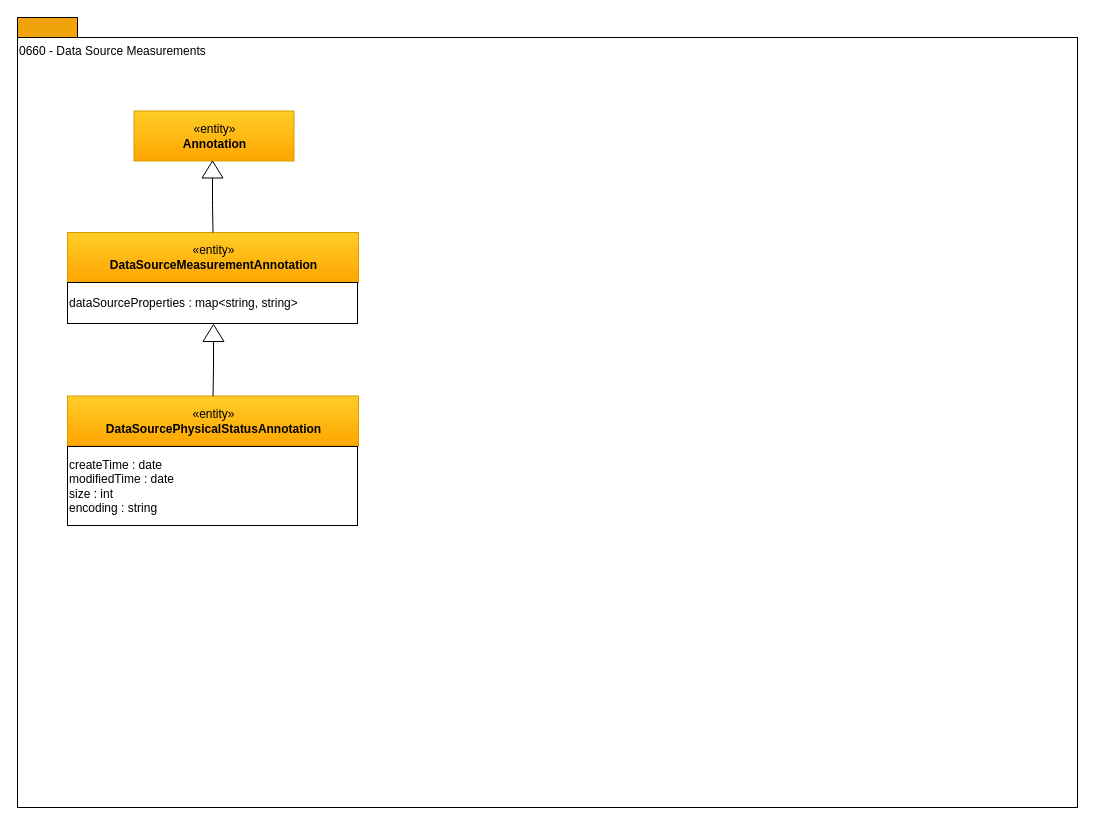
This is page "0660 - Data Source Measurements" (17 of 18) of open-metadata-publication/website/open-metadata-types/area-6-discovery.drawio from odpi/egeria, a draw.io file, before an edit. Source tidied: cells renumbered, new cells numbered last; positions are measured from the earlier drawing's top-left corner, leaving out a move shared by most shapes. Both pictures are drawn from the tidied source at 100%, with x=0, y=0 at pixel (17, 17).
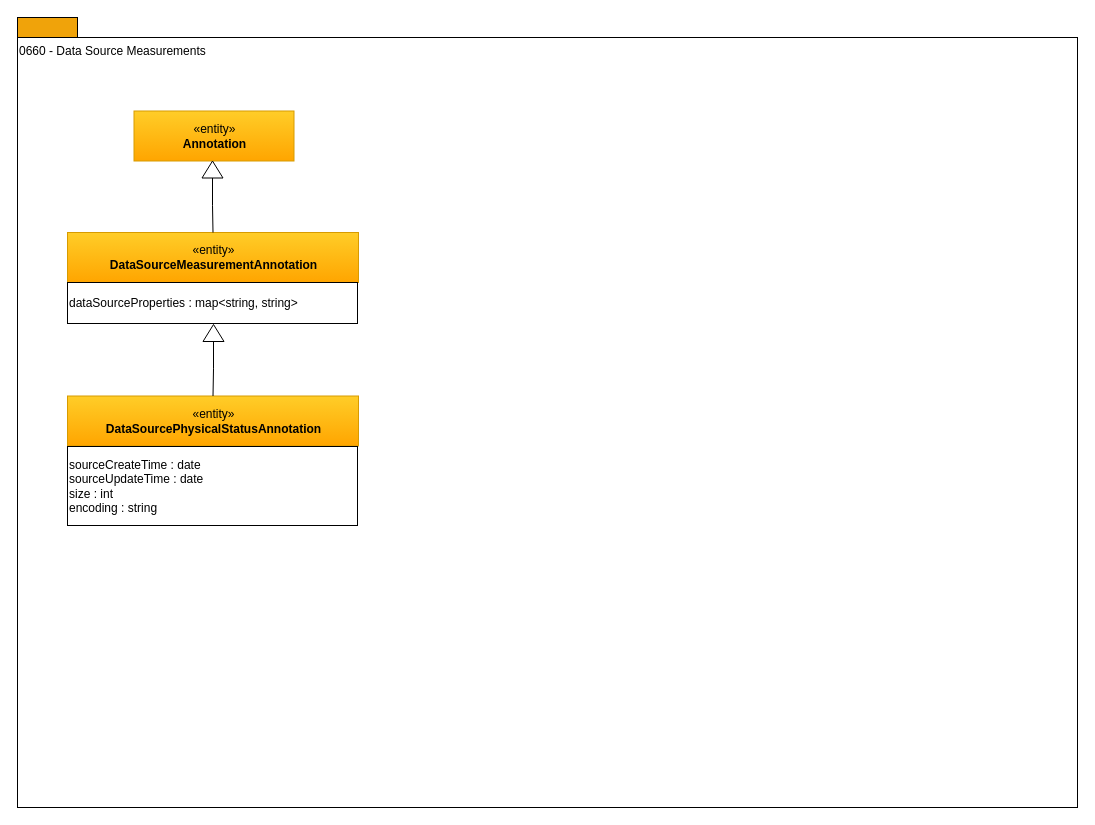
After the change.

Diff of the diagram source:
```diff
@@
 <mxGraphModel>
   <root>
     <mxCell id="0" />
     <mxCell id="1" parent="0" />
     <mxCell id="2" style="rounded=0;whiteSpace=wrap;html=1;align=left;fillColor=#f0a30a;strokeColor=#000000;fontColor=#ffffff;" parent="1" vertex="1">
       <mxGeometry width="60" height="20" as="geometry" />
     </mxCell>
     <mxCell id="3" value="0660 - Data Source Measurements" style="rounded=0;whiteSpace=wrap;html=1;align=left;verticalAlign=top;" parent="1" vertex="1">
       <mxGeometry y="20" width="1060" height="770" as="geometry" />
     </mxCell>
     <mxCell id="4" value="«entity»&lt;br&gt;&lt;b&gt;DataSourceMeasurementAnnotation&lt;/b&gt;" style="html=1;strokeColor=#d79b00;align=center;fillColor=#ffcd28;gradientColor=#ffa500;" parent="1" vertex="1">
       <mxGeometry x="50" y="215" width="291" height="50" as="geometry" />
     </mxCell>
     <mxCell id="5" value="dataSourceProperties : map&amp;lt;string, string&amp;gt;" style="rounded=0;whiteSpace=wrap;html=1;strokeColor=#000000;gradientColor=#ffffff;align=left;" parent="1" vertex="1">
       <mxGeometry x="50" y="265" width="290" height="41" as="geometry" />
     </mxCell>
     <mxCell id="6" style="edgeStyle=orthogonalEdgeStyle;rounded=0;html=1;endArrow=none;endFill=0;jettySize=auto;exitX=0;exitY=0.5;" parent="1" edge="1" source="8" target="4">
       <mxGeometry relative="1" as="geometry" />
     </mxCell>
     <mxCell id="7" value="«entity»&lt;br&gt;&lt;b&gt;Annotation&lt;/b&gt;" style="html=1;strokeColor=#d79b00;align=center;fillColor=#ffcd28;gradientColor=#ffa500;" parent="1" vertex="1">
       <mxGeometry x="116.5" y="93.5" width="160" height="50" as="geometry" />
     </mxCell>
     <mxCell id="8" style="triangle;whiteSpace=wrap;html=1;strokeColor=#000000;gradientColor=#ffffff;align=center;rotation=-90;" parent="1" vertex="1">
       <mxGeometry x="186.5" y="141.5" width="17" height="21" as="geometry" />
     </mxCell>
     <mxCell id="9" value="«entity»&lt;br&gt;&lt;b&gt;DataSourcePhysicalStatusAnnotation&lt;/b&gt;" style="html=1;strokeColor=#d79b00;align=center;fillColor=#ffcd28;gradientColor=#ffa500;" parent="1" vertex="1">
       <mxGeometry x="50" y="378.5" width="291" height="50" as="geometry" />
     </mxCell>
-    <mxCell id="10" value="createTime : date&lt;br&gt;modifiedTime : date&lt;br&gt;size : int&lt;br&gt;encoding : string&lt;br&gt;" style="rounded=0;whiteSpace=wrap;html=1;strokeColor=#000000;gradientColor=#ffffff;align=left;" parent="1" vertex="1">
+    <mxCell id="10" value="sourceCreateTime : date&lt;br&gt;sourceUpdateTime : date&lt;br&gt;size : int&lt;br&gt;encoding : string" style="rounded=0;whiteSpace=wrap;html=1;strokeColor=#000000;gradientColor=#ffffff;align=left;" parent="1" vertex="1">
       <mxGeometry x="50" y="429" width="290" height="79" as="geometry" />
     </mxCell>
     <mxCell id="11" style="edgeStyle=orthogonalEdgeStyle;rounded=0;html=1;endArrow=none;endFill=0;jettySize=auto;exitX=0;exitY=0.5;" parent="1" edge="1" source="12" target="9">
       <mxGeometry relative="1" as="geometry" />
     </mxCell>
     <mxCell id="12" style="triangle;whiteSpace=wrap;html=1;strokeColor=#000000;gradientColor=#ffffff;align=center;rotation=-90;" parent="1" vertex="1">
       <mxGeometry x="187.5" y="305" width="17" height="21" as="geometry" />
     </mxCell>
   </root>
 </mxGraphModel>
```
